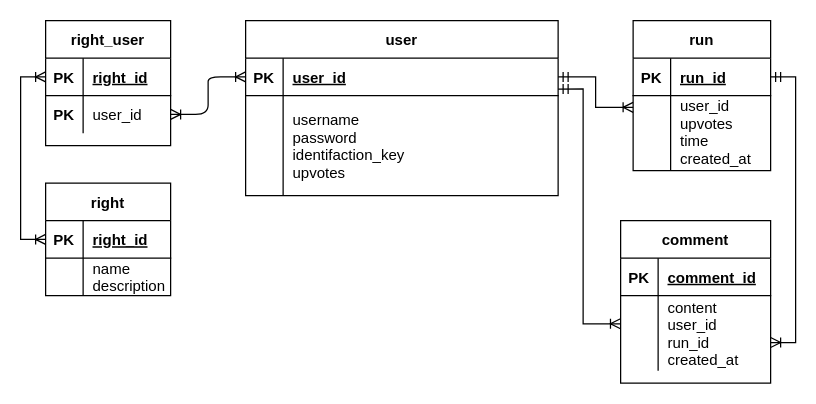
This is Sprint2/PlatformSpeedRunnerDatabaseDiagram(v0.1).drawio from Thomas-Molen/S2CMKThomasvanderMolen, a draw.io file, before an edit. Source tidied: cells renumbered, new cells numbered last; positions are measured from the earlier drawing's top-left corner, leaving out a move shared by most shapes. Both pictures are drawn from the tidied source at 125%, with x=0, y=0 at pixel (45, 20).
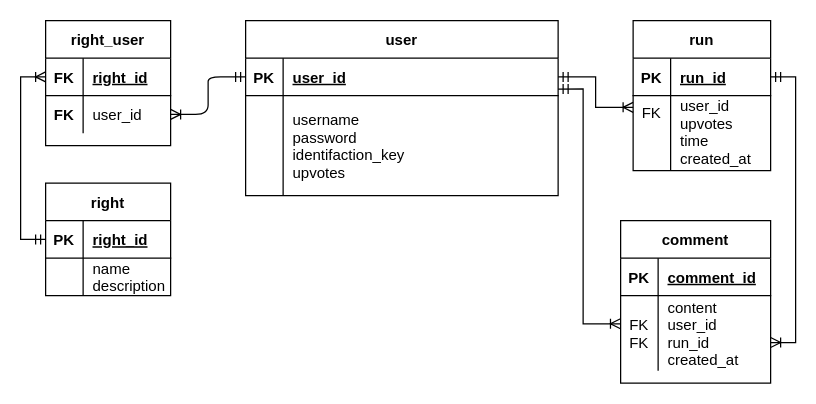
Above is the later version.

The change refers to these unchanged cells:
```xml
<mxCell id="4" style="shape=partialRectangle;fillColor=none;points=[[0,0.5],[1,0.5]];portConstraint=eastwest;top=0;left=0;right=0;bottom=1;" parent="3" vertex="1">
  <mxGeometry y="30" width="250" height="30" as="geometry" />
</mxCell>
<mxCell id="14" style="shape=partialRectangle;fillColor=none;points=[[0,0.5],[1,0.5]];portConstraint=eastwest;top=0;left=0;right=0;bottom=0;" parent="10" vertex="1">
  <mxGeometry y="60" width="110" height="60" as="geometry" />
</mxCell>
<mxCell id="18" style="shape=partialRectangle;fillColor=none;points=[[0,0.5],[1,0.5]];portConstraint=eastwest;top=0;left=0;right=0;bottom=1;" parent="17" vertex="1">
  <mxGeometry y="30" width="100" height="30" as="geometry" />
</mxCell>
<mxCell id="21" style="shape=partialRectangle;fillColor=none;points=[[0,0.5],[1,0.5]];portConstraint=eastwest;top=0;left=0;right=0;bottom=0;" parent="17" vertex="1">
  <mxGeometry y="60" width="100" height="30" as="geometry" />
</mxCell>
<mxCell id="25" style="shape=partialRectangle;fillColor=none;points=[[0,0.5],[1,0.5]];portConstraint=eastwest;top=0;left=0;right=0;bottom=1;" parent="24" vertex="1">
  <mxGeometry y="30" width="100" height="30" as="geometry" />
</mxCell>
<mxCell id="36" style="shape=partialRectangle;fillColor=none;points=[[0,0.5],[1,0.5]];portConstraint=eastwest;top=0;left=0;right=0;bottom=0;" parent="32" vertex="1">
  <mxGeometry y="60" width="120" height="60" as="geometry" />
</mxCell>
```

The edit, as a diff of the source:
```diff
@@
-    <mxCell id="2" style="edgeStyle=entityRelationEdgeStyle;endArrow=ERoneToMany;startArrow=ERoneToMany;endFill=0;startFill=0;entryX=0;entryY=0.5;entryDx=0;entryDy=0;exitX=1;exitY=0.5;exitDx=0;exitDy=0;" parent="1" edge="1" source="21" target="4">
+    <mxCell id="2" style="edgeStyle=entityRelationEdgeStyle;endArrow=ERmandOne;startArrow=ERoneToMany;endFill=0;startFill=0;entryX=0;entryY=0.5;entryDx=0;entryDy=0;exitX=1;exitY=0.5;exitDx=0;exitDy=0;" parent="1" edge="1" source="21" target="4">
       <mxGeometry relative="1" as="geometry" />
     </mxCell>
@@
-    <mxCell id="15" style="shape=partialRectangle;overflow=hidden;fillColor=none;top=0;left=0;bottom=0;right=0;" parent="14" vertex="1">
+    <mxCell id="15" value="FK" style="shape=partialRectangle;overflow=hidden;fillColor=none;top=0;left=0;bottom=0;right=0;verticalAlign=top;" parent="14" vertex="1">
       <mxGeometry width="30" height="60" as="geometry" />
     </mxCell>
@@
-    <mxCell id="19" value="PK" style="shape=partialRectangle;overflow=hidden;fillColor=none;top=0;left=0;bottom=0;right=0;fontStyle=1;" parent="18" vertex="1">
+    <mxCell id="19" value="FK" style="shape=partialRectangle;overflow=hidden;fillColor=none;top=0;left=0;bottom=0;right=0;fontStyle=1;" parent="18" vertex="1">
       <mxGeometry width="30" height="30" as="geometry" />
     </mxCell>
@@
-    <mxCell id="22" value="PK" style="shape=partialRectangle;overflow=hidden;fillColor=none;top=0;left=0;bottom=0;right=0;fontStyle=1;" parent="21" vertex="1">
+    <mxCell id="22" value="FK" style="shape=partialRectangle;overflow=hidden;fillColor=none;top=0;left=0;bottom=0;right=0;fontStyle=1;" parent="21" vertex="1">
       <mxGeometry width="30" height="30" as="geometry" />
     </mxCell>
@@
-    <mxCell id="31" style="edgeStyle=orthogonalEdgeStyle;rounded=0;jettySize=auto;html=1;entryX=0;entryY=0.5;entryDx=0;entryDy=0;startArrow=ERoneToMany;startFill=0;endArrow=ERoneToMany;endFill=0;" parent="1" edge="1" source="18" target="25">
+    <mxCell id="31" style="edgeStyle=orthogonalEdgeStyle;rounded=0;jettySize=auto;html=1;entryX=0;entryY=0.5;entryDx=0;entryDy=0;startArrow=ERoneToMany;startFill=0;endArrow=ERmandOne;endFill=0;" parent="1" edge="1" source="18" target="25">
       <mxGeometry relative="1" as="geometry" />
     </mxCell>
@@
-    <mxCell id="37" style="shape=partialRectangle;overflow=hidden;fillColor=none;top=0;left=0;bottom=0;right=0;" parent="36" vertex="1">
+    <mxCell id="37" value="FK&#10;FK" style="shape=partialRectangle;overflow=hidden;fillColor=none;top=0;left=0;bottom=0;right=0;" parent="36" vertex="1">
       <mxGeometry width="30" height="60" as="geometry" />
     </mxCell>
```
